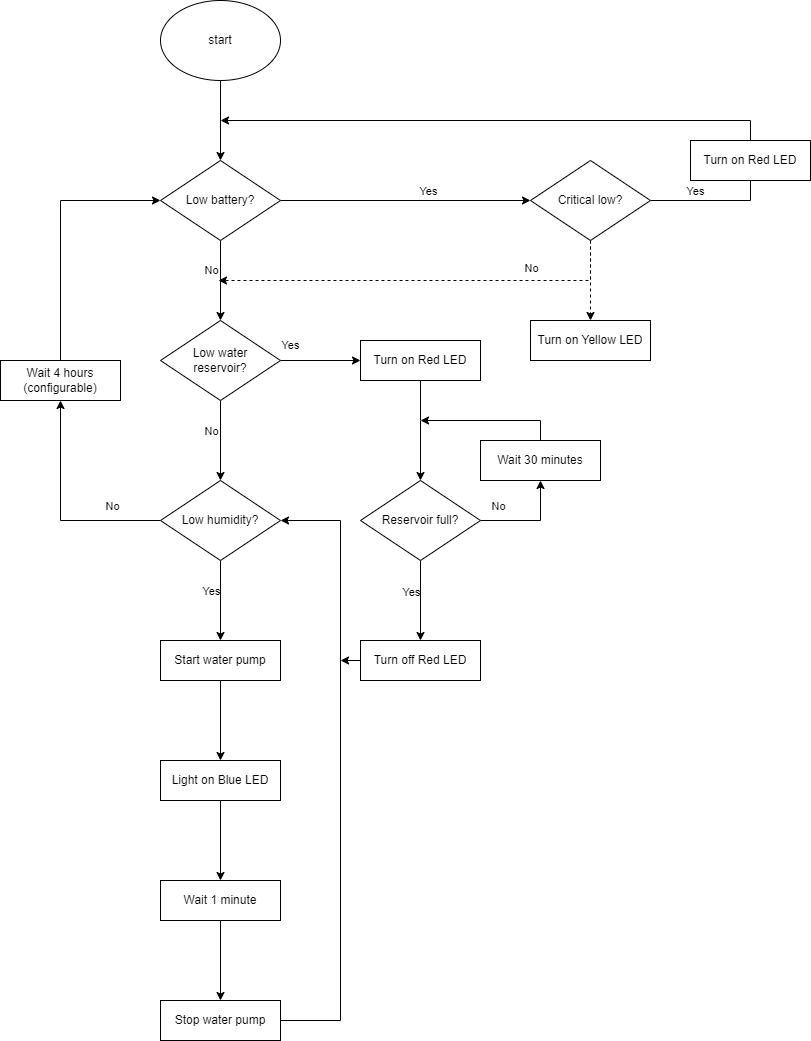
Earlier version of the draw.io export projetos/regador/flowchart/regador_flowchart.png (teaching-FEEC/ea075-2023.2). Source tidied: cells renumbered, new cells last; positions are measured from the earlier drawing's top-left corner, leaving out a move shared by most shapes.
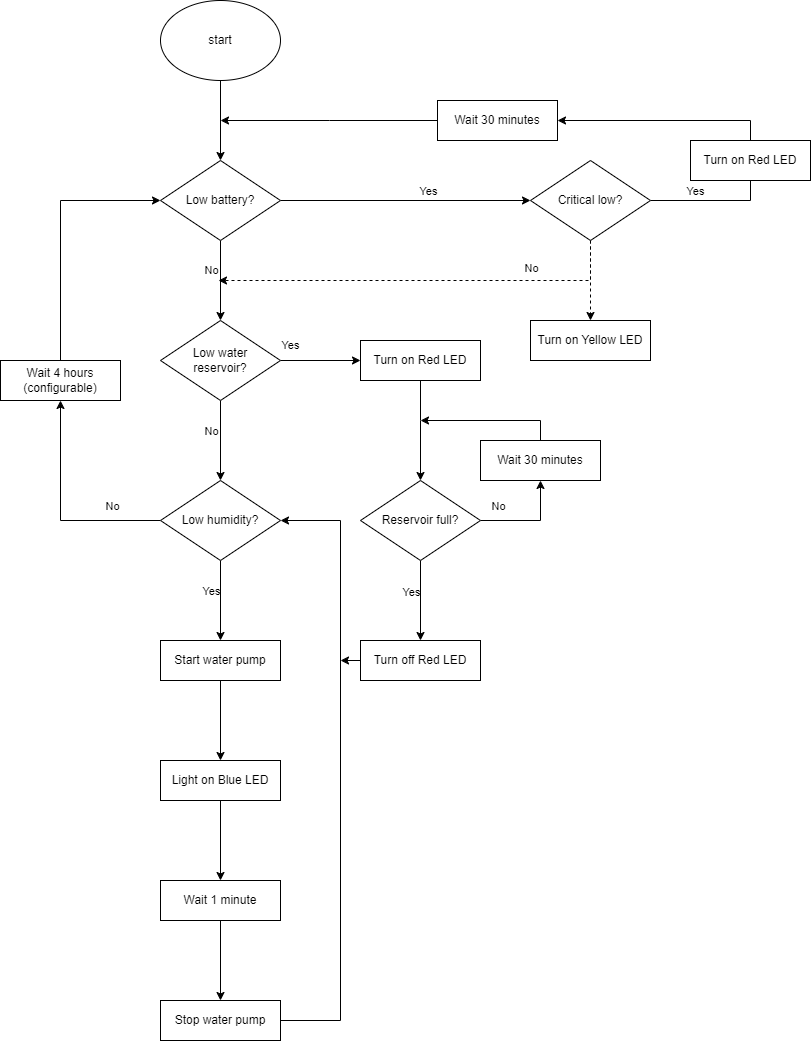
The same diagram one commit later.

Commit message:
Adicionado tempo de sleep antes da nova leitura de bateria

Diff of the diagram source:
```diff
@@ -187,12 +187,9 @@
     <mxCell id="45" value="Turn on Yellow LED" style="whiteSpace=wrap;html=1;" parent="1" vertex="1">
       <mxGeometry x="530" y="320" width="120" height="40" as="geometry" />
     </mxCell>
-    <mxCell id="46" style="edgeStyle=orthogonalEdgeStyle;rounded=0;jettySize=auto;html=1;" parent="1" edge="1" source="47">
+    <mxCell id="46" style="edgeStyle=orthogonalEdgeStyle;rounded=0;jettySize=auto;html=1;" parent="1" edge="1" source="50">
       <mxGeometry relative="1" as="geometry">
         <mxPoint x="220" y="120" as="targetPoint" />
-        <Array as="points">
-          <mxPoint x="750" y="120" />
-        </Array>
       </mxGeometry>
     </mxCell>
     <mxCell id="47" value="Turn on Red LED" style="whiteSpace=wrap;html=1;" parent="1" vertex="1">
@@ -203,5 +200,15 @@
         <mxPoint x="-148" y="144" as="offset" />
       </mxGeometry>
     </mxCell>
+    <mxCell id="49" style="edgeStyle=orthogonalEdgeStyle;rounded=0;jettySize=auto;html=1;" parent="1" edge="1" source="47" target="50">
+      <mxGeometry relative="1" as="geometry">
+        <Array as="points">
+          <mxPoint x="750" y="120" />
+        </Array>
+      </mxGeometry>
+    </mxCell>
+    <mxCell id="50" value="Wait 30 minutes" style="whiteSpace=wrap;html=1;" parent="1" vertex="1">
+      <mxGeometry x="437" y="100" width="120" height="40" as="geometry" />
+    </mxCell>
   </root>
 </mxGraphModel>
```
